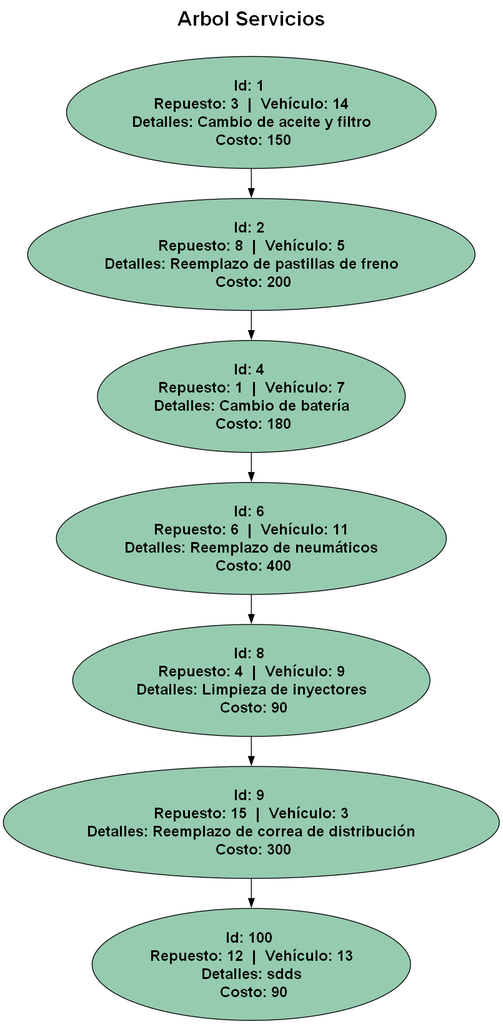
Saloj17/-EDD-1S2025_201900081 keeps this Graphviz diagram as Fase3/Reportes/servicios.png. Above is the earlier version. Its source is kept beside it as Fase3/Reportes/servicios.dot.
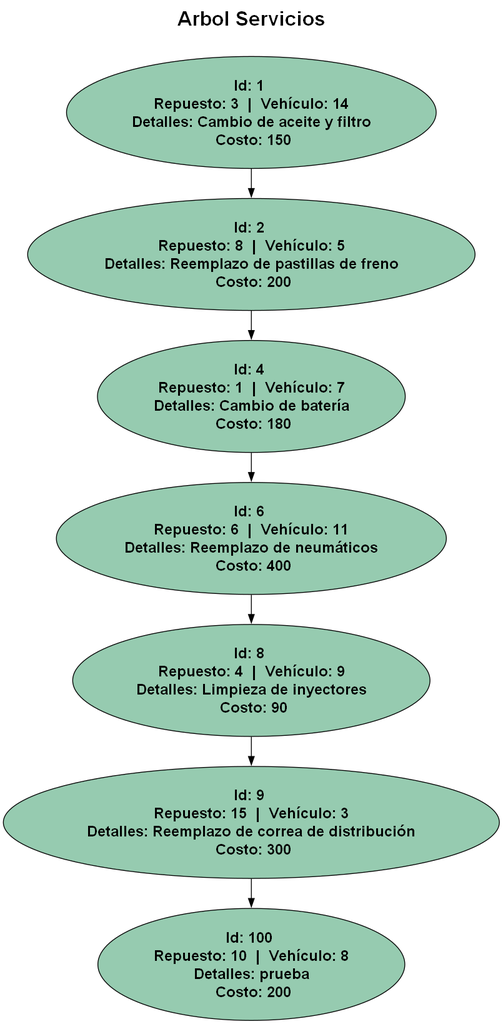
Later version of the same file.

What changed in the source:
```diff
@@ -18,5 +18,5 @@
   8 -> 9;
  9 [label="Id: 9 \n Repuesto: 15  |  Vehículo: 3 \n Detalles: Reemplazo de correa de distribución \n Costo: 300" style="filled" fillcolor="#96cbb0" fontname="Helvetica-Bold" fontsize = 18 ];
   9 -> 100;
- 100 [label="Id: 100 \n Repuesto: 12  |  Vehículo: 13 \n Detalles: sdds \n Costo: 90" style="filled" fillcolor="#96cbb0" fontname="Helvetica-Bold" fontsize = 18 ];
+ 100 [label="Id: 100 \n Repuesto: 10  |  Vehículo: 8 \n Detalles: prueba \n Costo: 200" style="filled" fillcolor="#96cbb0" fontname="Helvetica-Bold" fontsize = 18 ];
 }
```
